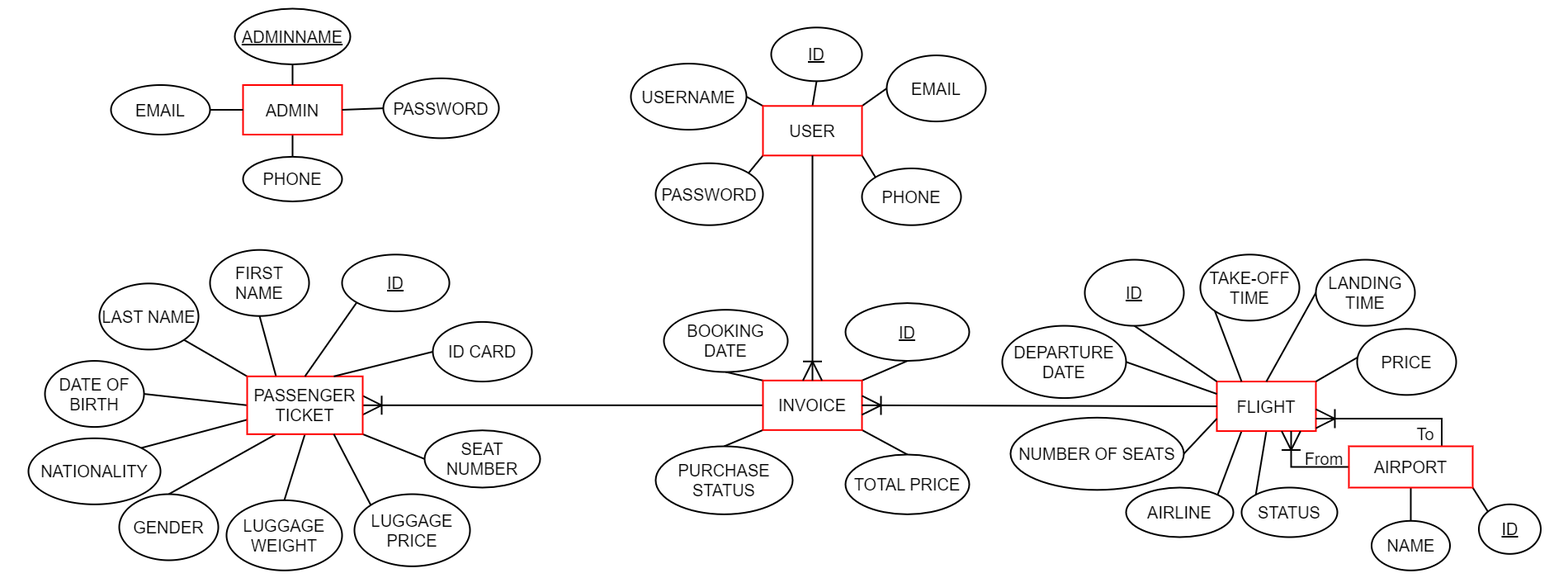
Earlier version of the draw.io export ERD/ERD.png (duykasama/Flight-Booking-Website). Source tidied: cells renumbered, new cells last; positions are measured from the earlier drawing's top-left corner, leaving out a move shared by most shapes.
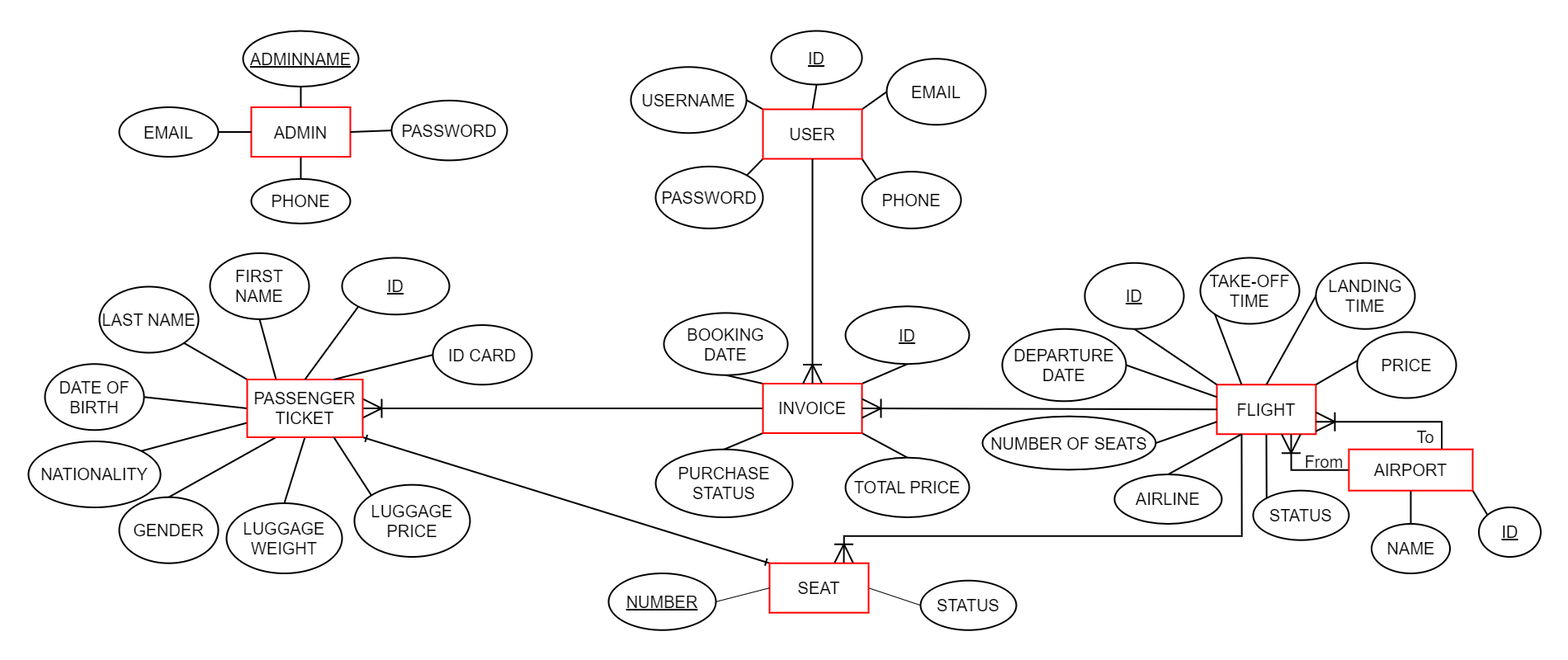
Above is the later version.

The edit, as a diff of the source:
```diff
@@ -5,9 +5,6 @@
     <mxCell id="2" style="edgeStyle=none;rounded=0;jettySize=auto;html=1;exitX=0.5;exitY=1;exitDx=0;exitDy=0;entryX=0;entryY=0;entryDx=0;entryDy=0;strokeWidth=2;fontSize=20;endArrow=none;endFill=0;endSize=20;" parent="1" edge="1" source="4" target="83">
       <mxGeometry relative="1" as="geometry" />
     </mxCell>
-    <mxCell id="3" style="edgeStyle=none;rounded=0;jettySize=auto;html=1;exitX=0.25;exitY=1;exitDx=0;exitDy=0;entryX=1;entryY=0;entryDx=0;entryDy=0;strokeWidth=2;fontSize=20;endArrow=none;endFill=0;endSize=20;" parent="1" edge="1" source="4" target="81">
-      <mxGeometry relative="1" as="geometry" />
-    </mxCell>
     <mxCell id="4" value="&lt;font style=&quot;font-size: 20px;&quot;&gt;FLIGHT&lt;/font&gt;" style="whiteSpace=wrap;html=1;labelBackgroundColor=none;rounded=0;strokeWidth=2;strokeColor=#FF0000;" parent="1" vertex="1">
       <mxGeometry x="1440" y="451.6" width="120" height="60" as="geometry" />
     </mxCell>
@@ -21,7 +18,7 @@
       <mxGeometry relative="1" as="geometry" />
     </mxCell>
     <mxCell id="8" value="DEPARTURE DATE" style="ellipse;whiteSpace=wrap;html=1;strokeWidth=2;fontSize=20;labelBackgroundColor=none;rounded=0;" parent="1" vertex="1">
-      <mxGeometry x="1180" y="384.1" width="150" height="87.5" as="geometry" />
+      <mxGeometry x="1180" y="384" width="150" height="87.5" as="geometry" />
     </mxCell>
     <mxCell id="9" style="edgeStyle=none;shape=connector;rounded=0;jettySize=auto;html=1;exitX=0;exitY=1;exitDx=0;exitDy=0;entryX=0.25;entryY=0;entryDx=0;entryDy=0;labelBackgroundColor=none;strokeColor=default;strokeWidth=2;fontFamily=Helvetica;fontSize=20;fontColor=default;startArrow=none;startFill=0;endArrow=none;endFill=0;" parent="1" edge="1" source="10" target="4">
       <mxGeometry relative="1" as="geometry" />
@@ -75,37 +72,37 @@
       <mxGeometry relative="1" as="geometry" />
     </mxCell>
     <mxCell id="26" value="ADMIN" style="rounded=0;whiteSpace=wrap;html=1;strokeWidth=2;fontSize=20;labelBackgroundColor=none;strokeColor=#FF0000;" parent="1" vertex="1">
-      <mxGeometry x="260" y="92.5" width="120" height="60" as="geometry" />
+      <mxGeometry x="270" y="115.3" width="120" height="60" as="geometry" />
     </mxCell>
     <mxCell id="27" style="edgeStyle=none;shape=connector;rounded=0;jettySize=auto;html=1;exitX=0.5;exitY=1;exitDx=0;exitDy=0;entryX=0.5;entryY=0;entryDx=0;entryDy=0;labelBackgroundColor=none;strokeColor=default;strokeWidth=2;fontFamily=Helvetica;fontSize=20;fontColor=default;startArrow=none;startFill=0;endArrow=none;endFill=0;" parent="1" edge="1" source="28" target="26">
       <mxGeometry relative="1" as="geometry" />
     </mxCell>
     <mxCell id="28" value="ADMINNAME" style="ellipse;whiteSpace=wrap;html=1;strokeWidth=2;fontSize=20;labelBackgroundColor=none;rounded=0;fontStyle=4;" parent="1" vertex="1">
-      <mxGeometry x="250" width="140" height="67.5" as="geometry" />
+      <mxGeometry x="260" y="22.8" width="140" height="67.5" as="geometry" />
     </mxCell>
     <mxCell id="29" style="edgeStyle=none;shape=connector;rounded=0;jettySize=auto;html=1;exitX=0;exitY=0.5;exitDx=0;exitDy=0;entryX=1;entryY=0.5;entryDx=0;entryDy=0;labelBackgroundColor=none;strokeColor=default;strokeWidth=2;fontFamily=Helvetica;fontSize=20;fontColor=default;startArrow=none;startFill=0;endArrow=none;endFill=0;" parent="1" edge="1" source="30" target="26">
       <mxGeometry relative="1" as="geometry" />
     </mxCell>
     <mxCell id="30" value="PASSWORD" style="ellipse;whiteSpace=wrap;html=1;strokeWidth=2;fontSize=20;labelBackgroundColor=none;rounded=0;" parent="1" vertex="1">
-      <mxGeometry x="430" y="84.4" width="140" height="72.5" as="geometry" />
+      <mxGeometry x="440" y="107.2" width="140" height="72.5" as="geometry" />
     </mxCell>
     <mxCell id="31" value="PHONE" style="ellipse;whiteSpace=wrap;html=1;strokeWidth=2;fontSize=20;labelBackgroundColor=none;rounded=0;" parent="1" vertex="1">
-      <mxGeometry x="260" y="179.4" width="120" height="54.1" as="geometry" />
+      <mxGeometry x="270" y="202.2" width="120" height="54.1" as="geometry" />
     </mxCell>
     <mxCell id="32" style="edgeStyle=none;shape=connector;rounded=0;jettySize=auto;html=1;exitX=1;exitY=0.5;exitDx=0;exitDy=0;entryX=0;entryY=0.5;entryDx=0;entryDy=0;labelBackgroundColor=none;strokeColor=default;strokeWidth=2;fontFamily=Helvetica;fontSize=20;fontColor=default;startArrow=none;startFill=0;endArrow=none;endFill=0;" parent="1" edge="1" source="33" target="26">
       <mxGeometry relative="1" as="geometry" />
     </mxCell>
     <mxCell id="33" value="EMAIL" style="ellipse;whiteSpace=wrap;html=1;strokeWidth=2;fontSize=20;labelBackgroundColor=none;rounded=0;" parent="1" vertex="1">
-      <mxGeometry x="100" y="92.5" width="120" height="60" as="geometry" />
+      <mxGeometry x="110" y="115.3" width="120" height="60" as="geometry" />
     </mxCell>
     <mxCell id="34" value="USERNAME" style="ellipse;whiteSpace=wrap;html=1;strokeWidth=2;fontSize=20;labelBackgroundColor=none;rounded=0;" parent="1" vertex="1">
-      <mxGeometry x="730" y="66.6" width="140" height="80" as="geometry" />
+      <mxGeometry x="730" y="66.5" width="140" height="80" as="geometry" />
     </mxCell>
     <mxCell id="35" value="PASSWORD" style="ellipse;whiteSpace=wrap;html=1;strokeWidth=2;fontSize=20;labelBackgroundColor=none;rounded=0;" parent="1" vertex="1">
       <mxGeometry x="760" y="187.2" width="130" height="75" as="geometry" />
     </mxCell>
     <mxCell id="36" value="EMAIL" style="ellipse;whiteSpace=wrap;html=1;strokeWidth=2;fontSize=20;labelBackgroundColor=none;rounded=0;" parent="1" vertex="1">
-      <mxGeometry x="1040" y="56.6" width="120" height="80" as="geometry" />
+      <mxGeometry x="1040" y="56.5" width="120" height="80" as="geometry" />
     </mxCell>
     <mxCell id="37" value="PHONE" style="ellipse;whiteSpace=wrap;html=1;strokeWidth=2;fontSize=20;labelBackgroundColor=none;rounded=0;" parent="1" vertex="1">
       <mxGeometry x="1010" y="193.4" width="120" height="68.8" as="geometry" />
@@ -128,9 +125,9 @@
     <mxCell id="43" style="edgeStyle=none;shape=connector;rounded=0;jettySize=auto;html=1;exitX=0.5;exitY=1;exitDx=0;exitDy=0;entryX=0.5;entryY=0;entryDx=0;entryDy=0;labelBackgroundColor=none;strokeColor=default;strokeWidth=2;fontFamily=Helvetica;fontSize=20;fontColor=default;startArrow=none;startFill=0;endArrow=none;endFill=0;" parent="1" edge="1" source="45" target="62">
       <mxGeometry relative="1" as="geometry" />
     </mxCell>
-    <mxCell id="44" style="rounded=0;jettySize=auto;html=1;exitX=1;exitY=1;exitDx=0;exitDy=0;entryX=0;entryY=0.5;entryDx=0;entryDy=0;strokeWidth=2;fontSize=20;endArrow=none;endFill=0;endSize=20;" parent="1" edge="1" source="45" target="80">
-      <mxGeometry relative="1" as="geometry" />
-    </mxCell>
+    <mxCell id="84" style="rounded=0;jettySize=auto;html=1;exitX=1;exitY=1;exitDx=0;exitDy=0;entryX=0;entryY=0;entryDx=0;entryDy=0;endArrow=ERone;endFill=0;strokeWidth=2;startArrow=ERone;startFill=0;" parent="1" edge="1" source="45" target="88">
+      <mxGeometry relative="1" as="geometry" />
+    </mxCell>
     <mxCell id="45" value="PASSENGER TICKET" style="rounded=0;whiteSpace=wrap;html=1;strokeWidth=2;fontSize=20;labelBackgroundColor=none;strokeColor=#FF0000;" parent="1" vertex="1">
       <mxGeometry x="265" y="445.3" width="140" height="70" as="geometry" />
     </mxCell>
@@ -156,7 +153,7 @@
       <mxGeometry relative="1" as="geometry" />
     </mxCell>
     <mxCell id="53" value="LUGGAGE PRICE" style="ellipse;whiteSpace=wrap;html=1;strokeWidth=2;fontSize=20;labelBackgroundColor=none;rounded=0;" parent="1" vertex="1">
-      <mxGeometry x="395" y="588" width="140" height="87.3" as="geometry" />
+      <mxGeometry x="395" y="573" width="140" height="87.3" as="geometry" />
     </mxCell>
     <mxCell id="54" value="DATE OF BIRTH" style="ellipse;whiteSpace=wrap;html=1;strokeWidth=2;fontSize=20;labelBackgroundColor=none;rounded=0;" parent="1" vertex="1">
       <mxGeometry x="20" y="426.6" width="120" height="80" as="geometry" />
@@ -219,14 +216,14 @@
       <mxGeometry relative="1" as="geometry" />
     </mxCell>
     <mxCell id="74" value="NUMBER OF SEATS" style="ellipse;whiteSpace=wrap;html=1;strokeWidth=2;fontSize=20;labelBackgroundColor=none;rounded=0;" parent="1" vertex="1">
-      <mxGeometry x="1190" y="495.3" width="210" height="87.5" as="geometry" />
+      <mxGeometry x="1156" y="490" width="210" height="64.7" as="geometry" />
     </mxCell>
     <mxCell id="75" value="TOTAL PRICE" style="ellipse;whiteSpace=wrap;html=1;strokeWidth=2;fontSize=20;labelBackgroundColor=none;rounded=0;" parent="1" vertex="1">
       <mxGeometry x="990" y="540" width="150" height="72.4" as="geometry" />
     </mxCell>
     <mxCell id="76" style="edgeStyle=none;rounded=0;orthogonalLoop=1;jettySize=auto;html=1;exitX=1;exitY=1;exitDx=0;exitDy=0;strokeWidth=2;startArrow=ERone;startFill=0;endArrow=ERone;endFill=0;" parent="1" edge="1">
       <mxGeometry relative="1" as="geometry">
-        <mxPoint x="1123.9" y="457.1" as="sourcePoint" />
+        <mxPoint x="1123.9" y="457" as="sourcePoint" />
         <mxPoint x="1123.6" y="457.2" as="targetPoint" />
       </mxGeometry>
     </mxCell>
@@ -239,17 +236,43 @@
     <mxCell id="79" value="PURCHASE STATUS" style="ellipse;whiteSpace=wrap;html=1;strokeWidth=2;fontSize=20;labelBackgroundColor=none;rounded=0;" parent="1" vertex="1">
       <mxGeometry x="760" y="530" width="166" height="82.4" as="geometry" />
     </mxCell>
-    <mxCell id="80" value="SEAT NUMBER" style="ellipse;whiteSpace=wrap;html=1;strokeWidth=2;fontSize=20;labelBackgroundColor=none;rounded=0;" parent="1" vertex="1">
-      <mxGeometry x="480" y="510.7" width="140" height="69.3" as="geometry" />
-    </mxCell>
+    <mxCell id="85" style="rounded=0;jettySize=auto;html=1;exitX=0.5;exitY=0;exitDx=0;exitDy=0;entryX=0.25;entryY=1;entryDx=0;entryDy=0;endArrow=none;endFill=0;strokeWidth=2;" parent="1" edge="1" source="81" target="4">
+      <mxGeometry relative="1" as="geometry" />
+    </mxCell>
     <mxCell id="81" value="AIRLINE" style="ellipse;whiteSpace=wrap;html=1;strokeWidth=2;fontSize=20;labelBackgroundColor=none;rounded=0;" parent="1" vertex="1">
-      <mxGeometry x="1330" y="580" width="130" height="60" as="geometry" />
+      <mxGeometry x="1316" y="560.3" width="130" height="60" as="geometry" />
     </mxCell>
     <mxCell id="82" style="edgeStyle=none;rounded=0;orthogonalLoop=1;jettySize=auto;html=1;exitX=0.5;exitY=1;exitDx=0;exitDy=0;strokeWidth=2;fontSize=20;endArrow=none;endFill=0;endSize=20;" parent="1" edge="1" source="81" target="81">
       <mxGeometry relative="1" as="geometry" />
     </mxCell>
     <mxCell id="83" value="STATUS" style="ellipse;whiteSpace=wrap;html=1;strokeWidth=2;fontSize=20;labelBackgroundColor=none;rounded=0;" parent="1" vertex="1">
-      <mxGeometry x="1470" y="580" width="116" height="60" as="geometry" />
+      <mxGeometry x="1484" y="580" width="116" height="60" as="geometry" />
     </mxCell>
+    <mxCell id="86" style="edgeStyle=none;rounded=0;jettySize=auto;html=1;exitX=1;exitY=0.5;exitDx=0;exitDy=0;entryX=0;entryY=0.5;entryDx=0;entryDy=0;endArrow=none;endFill=0;" parent="1" edge="1" source="88" target="91">
+      <mxGeometry relative="1" as="geometry" />
+    </mxCell>
+    <mxCell id="87" style="edgeStyle=orthogonalEdgeStyle;rounded=0;jettySize=auto;html=1;exitX=0.75;exitY=0;exitDx=0;exitDy=0;entryX=0.25;entryY=1;entryDx=0;entryDy=0;endArrow=none;endFill=0;startArrow=ERoneToMany;startFill=0;startSize=20;strokeWidth=2;" parent="1" edge="1" source="88" target="4">
+      <mxGeometry relative="1" as="geometry">
+        <Array as="points">
+          <mxPoint x="988" y="635" />
+          <mxPoint x="1470" y="635" />
+        </Array>
+      </mxGeometry>
+    </mxCell>
+    <mxCell id="88" value="&lt;font style=&quot;font-size: 20px;&quot;&gt;SEAT&lt;/font&gt;" style="whiteSpace=wrap;html=1;labelBackgroundColor=none;rounded=0;strokeWidth=2;strokeColor=#FF0000;" parent="1" vertex="1">
+      <mxGeometry x="898" y="668" width="120" height="60" as="geometry" />
+    </mxCell>
+    <mxCell id="89" style="edgeStyle=none;rounded=0;jettySize=auto;html=1;exitX=1;exitY=0.5;exitDx=0;exitDy=0;entryX=0;entryY=0.5;entryDx=0;entryDy=0;endArrow=none;endFill=0;" parent="1" edge="1" source="90" target="88">
+      <mxGeometry relative="1" as="geometry" />
+    </mxCell>
+    <mxCell id="90" value="NUMBER" style="ellipse;whiteSpace=wrap;html=1;strokeWidth=2;fontSize=20;labelBackgroundColor=none;rounded=0;fontStyle=4;" parent="1" vertex="1">
+      <mxGeometry x="703" y="680.3" width="130" height="68.8" as="geometry" />
+    </mxCell>
+    <mxCell id="91" value="STATUS" style="ellipse;whiteSpace=wrap;html=1;strokeWidth=2;fontSize=20;labelBackgroundColor=none;rounded=0;" parent="1" vertex="1">
+      <mxGeometry x="1081" y="689" width="116" height="60" as="geometry" />
+    </mxCell>
+    <mxCell id="92" style="edgeStyle=orthogonalEdgeStyle;rounded=0;orthogonalLoop=1;jettySize=auto;html=1;exitX=0.5;exitY=1;exitDx=0;exitDy=0;startArrow=ERoneToMany;startFill=0;endArrow=none;endFill=0;startSize=20;" parent="1" edge="1" source="83" target="83">
+      <mxGeometry relative="1" as="geometry" />
+    </mxCell>
   </root>
 </mxGraphModel>
```
